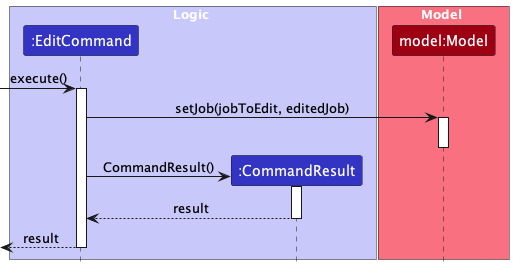
nus-cs2103-AY2324S1/tp keeps this PlantUML diagram as docs/images/developer-guide/EditCommandSequenceDiagram.png. Above is the earlier version.
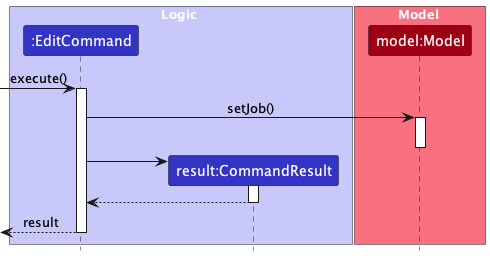
Later version of the same file.

Change to the diagram source:
```diff
@@ -4,7 +4,7 @@
 
 box Logic LOGIC_COLOR_T1
 Participant ":EditCommand" as fc LOGIC_COLOR
-Participant ":CommandResult" as cr LOGIC_COLOR
+Participant "result:CommandResult" as cr LOGIC_COLOR
 end box
 box Model MODEL_COLOR_T1
 Participant "model:Model" as m MODEL_COLOR
@@ -12,10 +12,10 @@
 
 
 [-> fc ++: execute()
-fc -> m ++: setJob(jobToEdit, editedJob)
+fc -> m ++: setJob()
 deactivate m
 create cr
-fc -> cr ++: CommandResult()
-cr --> fc --: result
+fc -> cr ++
+cr --> fc --
 fc -->[ --: result
 @enduml
```
